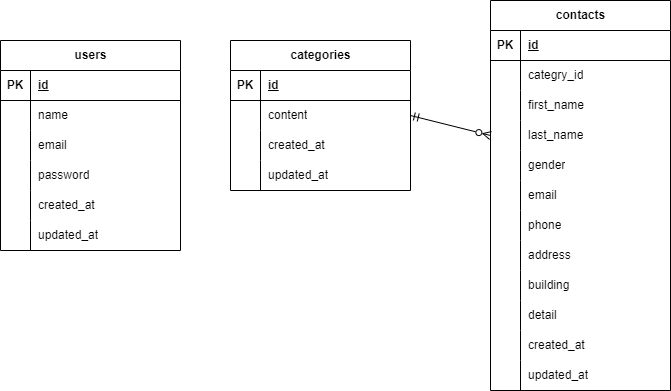
Before: er-diagram.png, a diagram exported from draw.io (hisashi-mamada/contact-form-test). Source tidied: cells renumbered, new cells last; positions are measured from the earlier drawing's top-left corner, leaving out a move shared by most shapes. The source it was exported from:
```xml
<mxGraphModel>
  <root>
    <mxCell id="0" />
    <mxCell id="1" parent="0" />
    <mxCell id="2" value="users" style="shape=table;startSize=30;rowLines=0;fontStyle=1;align=center;html=1;" parent="1" vertex="1">
      <mxGeometry y="40" width="180" height="210" as="geometry" />
    </mxCell>
    <mxCell id="3" style="shape=tableRow;horizontal=0;startSize=0;swimlaneHead=0;swimlaneBody=0;fillColor=none;top=0;left=0;right=0;bottom=1;" parent="2" vertex="1">
      <mxGeometry y="30" width="180" height="30" as="geometry" />
    </mxCell>
    <mxCell id="4" value="PK" style="shape=partialRectangle;fillColor=none;top=0;left=0;bottom=0;right=0;fontStyle=1;overflow=hidden;whiteSpace=wrap;html=1;" parent="3" vertex="1">
      <mxGeometry width="30" height="30" as="geometry" />
    </mxCell>
    <mxCell id="5" value="id" style="shape=partialRectangle;fillColor=none;top=0;left=0;bottom=0;right=0;align=left;spacingLeft=6;fontStyle=5;overflow=hidden;whiteSpace=wrap;html=1;" parent="3" vertex="1">
      <mxGeometry x="30" width="150" height="30" as="geometry" />
    </mxCell>
    <mxCell id="6" style="shape=tableRow;horizontal=0;startSize=0;swimlaneHead=0;swimlaneBody=0;fillColor=none;top=0;left=0;right=0;bottom=0;" parent="2" vertex="1">
      <mxGeometry y="60" width="180" height="30" as="geometry" />
    </mxCell>
    <mxCell id="7" style="shape=partialRectangle;fillColor=none;top=0;left=0;bottom=0;right=0;overflow=hidden;whiteSpace=wrap;html=1;" parent="6" vertex="1">
      <mxGeometry width="30" height="30" as="geometry" />
    </mxCell>
    <mxCell id="8" value="name" style="shape=partialRectangle;fillColor=none;top=0;left=0;bottom=0;right=0;align=left;spacingLeft=6;overflow=hidden;whiteSpace=wrap;html=1;" parent="6" vertex="1">
      <mxGeometry x="30" width="150" height="30" as="geometry" />
    </mxCell>
    <mxCell id="9" style="shape=tableRow;horizontal=0;startSize=0;swimlaneHead=0;swimlaneBody=0;fillColor=none;top=0;left=0;right=0;bottom=0;" parent="2" vertex="1">
      <mxGeometry y="90" width="180" height="30" as="geometry" />
    </mxCell>
    <mxCell id="10" style="shape=partialRectangle;fillColor=none;top=0;left=0;bottom=0;right=0;overflow=hidden;whiteSpace=wrap;html=1;" parent="9" vertex="1">
      <mxGeometry width="30" height="30" as="geometry" />
    </mxCell>
    <mxCell id="11" value="email" style="shape=partialRectangle;fillColor=none;top=0;left=0;bottom=0;right=0;align=left;spacingLeft=6;overflow=hidden;whiteSpace=wrap;html=1;" parent="9" vertex="1">
      <mxGeometry x="30" width="150" height="30" as="geometry" />
    </mxCell>
    <mxCell id="12" style="shape=tableRow;horizontal=0;startSize=0;swimlaneHead=0;swimlaneBody=0;fillColor=none;top=0;left=0;right=0;bottom=0;" parent="2" vertex="1">
      <mxGeometry y="120" width="180" height="30" as="geometry" />
    </mxCell>
    <mxCell id="13" style="shape=partialRectangle;fillColor=none;top=0;left=0;bottom=0;right=0;overflow=hidden;whiteSpace=wrap;html=1;" parent="12" vertex="1">
      <mxGeometry width="30" height="30" as="geometry" />
    </mxCell>
    <mxCell id="14" value="password" style="shape=partialRectangle;fillColor=none;top=0;left=0;bottom=0;right=0;align=left;spacingLeft=6;overflow=hidden;whiteSpace=wrap;html=1;" parent="12" vertex="1">
      <mxGeometry x="30" width="150" height="30" as="geometry" />
    </mxCell>
    <mxCell id="15" style="shape=tableRow;horizontal=0;startSize=0;swimlaneHead=0;swimlaneBody=0;fillColor=none;top=0;left=0;right=0;bottom=0;" parent="2" vertex="1">
      <mxGeometry y="150" width="180" height="30" as="geometry" />
    </mxCell>
    <mxCell id="16" style="shape=partialRectangle;fillColor=none;top=0;left=0;bottom=0;right=0;overflow=hidden;whiteSpace=wrap;html=1;" parent="15" vertex="1">
      <mxGeometry width="30" height="30" as="geometry" />
    </mxCell>
    <mxCell id="17" value="created_at" style="shape=partialRectangle;fillColor=none;top=0;left=0;bottom=0;right=0;align=left;spacingLeft=6;overflow=hidden;whiteSpace=wrap;html=1;" parent="15" vertex="1">
      <mxGeometry x="30" width="150" height="30" as="geometry" />
    </mxCell>
    <mxCell id="18" style="shape=tableRow;horizontal=0;startSize=0;swimlaneHead=0;swimlaneBody=0;fillColor=none;top=0;left=0;right=0;bottom=0;" parent="2" vertex="1">
      <mxGeometry y="180" width="180" height="30" as="geometry" />
    </mxCell>
    <mxCell id="19" style="shape=partialRectangle;fillColor=none;top=0;left=0;bottom=0;right=0;overflow=hidden;whiteSpace=wrap;html=1;" parent="18" vertex="1">
      <mxGeometry width="30" height="30" as="geometry" />
    </mxCell>
    <mxCell id="20" value="updated_at" style="shape=partialRectangle;fillColor=none;top=0;left=0;bottom=0;right=0;align=left;spacingLeft=6;overflow=hidden;whiteSpace=wrap;html=1;" parent="18" vertex="1">
      <mxGeometry x="30" width="150" height="30" as="geometry" />
    </mxCell>
    <mxCell id="21" value="categories" style="shape=table;startSize=30;rowLines=0;fontStyle=1;align=center;html=1;" parent="1" vertex="1">
      <mxGeometry x="230" y="40" width="180" height="150" as="geometry" />
    </mxCell>
    <mxCell id="22" style="shape=tableRow;horizontal=0;startSize=0;swimlaneHead=0;swimlaneBody=0;fillColor=none;top=0;left=0;right=0;bottom=1;" parent="21" vertex="1">
      <mxGeometry y="30" width="180" height="30" as="geometry" />
    </mxCell>
    <mxCell id="23" value="PK" style="shape=partialRectangle;fillColor=none;top=0;left=0;bottom=0;right=0;fontStyle=1;overflow=hidden;whiteSpace=wrap;html=1;" parent="22" vertex="1">
      <mxGeometry width="30" height="30" as="geometry" />
    </mxCell>
    <mxCell id="24" value="id" style="shape=partialRectangle;fillColor=none;top=0;left=0;bottom=0;right=0;align=left;spacingLeft=6;fontStyle=5;overflow=hidden;whiteSpace=wrap;html=1;" parent="22" vertex="1">
      <mxGeometry x="30" width="150" height="30" as="geometry" />
    </mxCell>
    <mxCell id="25" style="shape=tableRow;horizontal=0;startSize=0;swimlaneHead=0;swimlaneBody=0;fillColor=none;top=0;left=0;right=0;bottom=0;" parent="21" vertex="1">
      <mxGeometry y="60" width="180" height="30" as="geometry" />
    </mxCell>
    <mxCell id="26" style="shape=partialRectangle;fillColor=none;top=0;left=0;bottom=0;right=0;overflow=hidden;whiteSpace=wrap;html=1;" parent="25" vertex="1">
      <mxGeometry width="30" height="30" as="geometry" />
    </mxCell>
    <mxCell id="27" value="content" style="shape=partialRectangle;fillColor=none;top=0;left=0;bottom=0;right=0;align=left;spacingLeft=6;overflow=hidden;whiteSpace=wrap;html=1;" parent="25" vertex="1">
      <mxGeometry x="30" width="150" height="30" as="geometry" />
    </mxCell>
    <mxCell id="28" style="shape=tableRow;horizontal=0;startSize=0;swimlaneHead=0;swimlaneBody=0;fillColor=none;top=0;left=0;right=0;bottom=0;" parent="21" vertex="1">
      <mxGeometry y="90" width="180" height="30" as="geometry" />
    </mxCell>
    <mxCell id="29" style="shape=partialRectangle;fillColor=none;top=0;left=0;bottom=0;right=0;overflow=hidden;whiteSpace=wrap;html=1;" parent="28" vertex="1">
      <mxGeometry width="30" height="30" as="geometry" />
    </mxCell>
    <mxCell id="30" value="created_at" style="shape=partialRectangle;fillColor=none;top=0;left=0;bottom=0;right=0;align=left;spacingLeft=6;overflow=hidden;whiteSpace=wrap;html=1;" parent="28" vertex="1">
      <mxGeometry x="30" width="150" height="30" as="geometry" />
    </mxCell>
    <mxCell id="31" style="shape=tableRow;horizontal=0;startSize=0;swimlaneHead=0;swimlaneBody=0;fillColor=none;top=0;left=0;right=0;bottom=0;" parent="21" vertex="1">
      <mxGeometry y="120" width="180" height="30" as="geometry" />
    </mxCell>
    <mxCell id="32" style="shape=partialRectangle;fillColor=none;top=0;left=0;bottom=0;right=0;overflow=hidden;whiteSpace=wrap;html=1;" parent="31" vertex="1">
      <mxGeometry width="30" height="30" as="geometry" />
    </mxCell>
    <mxCell id="33" value="updated_at" style="shape=partialRectangle;fillColor=none;top=0;left=0;bottom=0;right=0;align=left;spacingLeft=6;overflow=hidden;whiteSpace=wrap;html=1;" parent="31" vertex="1">
      <mxGeometry x="30" width="150" height="30" as="geometry" />
    </mxCell>
    <mxCell id="34" value="contacts" style="shape=table;startSize=30;rowLines=0;fontStyle=1;align=center;html=1;" parent="1" vertex="1">
      <mxGeometry x="490" width="180" height="390" as="geometry" />
    </mxCell>
    <mxCell id="35" style="shape=tableRow;horizontal=0;startSize=0;swimlaneHead=0;swimlaneBody=0;fillColor=none;top=0;left=0;right=0;bottom=1;" parent="34" vertex="1">
      <mxGeometry y="30" width="180" height="30" as="geometry" />
    </mxCell>
    <mxCell id="36" value="PK" style="shape=partialRectangle;fillColor=none;top=0;left=0;bottom=0;right=0;fontStyle=1;overflow=hidden;whiteSpace=wrap;html=1;" parent="35" vertex="1">
      <mxGeometry width="30" height="30" as="geometry" />
    </mxCell>
    <mxCell id="37" value="id" style="shape=partialRectangle;fillColor=none;top=0;left=0;bottom=0;right=0;align=left;spacingLeft=6;fontStyle=5;overflow=hidden;whiteSpace=wrap;html=1;" parent="35" vertex="1">
      <mxGeometry x="30" width="150" height="30" as="geometry" />
    </mxCell>
    <mxCell id="38" style="shape=tableRow;horizontal=0;startSize=0;swimlaneHead=0;swimlaneBody=0;fillColor=none;top=0;left=0;right=0;bottom=0;" parent="34" vertex="1">
      <mxGeometry y="60" width="180" height="30" as="geometry" />
    </mxCell>
    <mxCell id="39" style="shape=partialRectangle;fillColor=none;top=0;left=0;bottom=0;right=0;overflow=hidden;whiteSpace=wrap;html=1;" parent="38" vertex="1">
      <mxGeometry width="30" height="30" as="geometry" />
    </mxCell>
    <mxCell id="40" value="categry_id" style="shape=partialRectangle;fillColor=none;top=0;left=0;bottom=0;right=0;align=left;spacingLeft=6;overflow=hidden;whiteSpace=wrap;html=1;" parent="38" vertex="1">
      <mxGeometry x="30" width="150" height="30" as="geometry" />
    </mxCell>
    <mxCell id="41" style="shape=tableRow;horizontal=0;startSize=0;swimlaneHead=0;swimlaneBody=0;fillColor=none;top=0;left=0;right=0;bottom=0;" parent="34" vertex="1">
      <mxGeometry y="90" width="180" height="30" as="geometry" />
    </mxCell>
    <mxCell id="42" style="shape=partialRectangle;fillColor=none;top=0;left=0;bottom=0;right=0;overflow=hidden;whiteSpace=wrap;html=1;" parent="41" vertex="1">
      <mxGeometry width="30" height="30" as="geometry" />
    </mxCell>
    <mxCell id="43" value="first_name" style="shape=partialRectangle;fillColor=none;top=0;left=0;bottom=0;right=0;align=left;spacingLeft=6;overflow=hidden;whiteSpace=wrap;html=1;" parent="41" vertex="1">
      <mxGeometry x="30" width="150" height="30" as="geometry" />
    </mxCell>
    <mxCell id="44" style="shape=tableRow;horizontal=0;startSize=0;swimlaneHead=0;swimlaneBody=0;fillColor=none;points=[[0,0.5],[1,0.5]];portConstraint=eastwest;top=0;left=0;right=0;bottom=0;" parent="34" vertex="1">
      <mxGeometry y="120" width="180" height="30" as="geometry" />
    </mxCell>
    <mxCell id="45" style="shape=partialRectangle;fillColor=none;top=0;left=0;bottom=0;right=0;overflow=hidden;whiteSpace=wrap;html=1;" parent="44" vertex="1">
      <mxGeometry width="30" height="30" as="geometry" />
    </mxCell>
    <mxCell id="46" value="last_name" style="shape=partialRectangle;fillColor=none;top=0;left=0;bottom=0;right=0;align=left;spacingLeft=6;overflow=hidden;whiteSpace=wrap;html=1;" parent="44" vertex="1">
      <mxGeometry x="30" width="150" height="30" as="geometry" />
    </mxCell>
    <mxCell id="47" style="shape=tableRow;horizontal=0;startSize=0;swimlaneHead=0;swimlaneBody=0;fillColor=none;top=0;left=0;right=0;bottom=0;" parent="34" vertex="1">
      <mxGeometry y="150" width="180" height="30" as="geometry" />
    </mxCell>
    <mxCell id="48" style="shape=partialRectangle;fillColor=none;top=0;left=0;bottom=0;right=0;overflow=hidden;whiteSpace=wrap;html=1;" parent="47" vertex="1">
      <mxGeometry width="30" height="30" as="geometry" />
    </mxCell>
    <mxCell id="49" value="gender" style="shape=partialRectangle;fillColor=none;top=0;left=0;bottom=0;right=0;align=left;spacingLeft=6;overflow=hidden;whiteSpace=wrap;html=1;" parent="47" vertex="1">
      <mxGeometry x="30" width="150" height="30" as="geometry" />
    </mxCell>
    <mxCell id="50" style="shape=tableRow;horizontal=0;startSize=0;swimlaneHead=0;swimlaneBody=0;fillColor=none;top=0;left=0;right=0;bottom=0;" parent="34" vertex="1">
      <mxGeometry y="180" width="180" height="30" as="geometry" />
    </mxCell>
    <mxCell id="51" style="shape=partialRectangle;fillColor=none;top=0;left=0;bottom=0;right=0;overflow=hidden;whiteSpace=wrap;html=1;" parent="50" vertex="1">
      <mxGeometry width="30" height="30" as="geometry" />
    </mxCell>
    <mxCell id="52" value="email" style="shape=partialRectangle;fillColor=none;top=0;left=0;bottom=0;right=0;align=left;spacingLeft=6;overflow=hidden;whiteSpace=wrap;html=1;" parent="50" vertex="1">
      <mxGeometry x="30" width="150" height="30" as="geometry" />
    </mxCell>
    <mxCell id="53" style="shape=tableRow;horizontal=0;startSize=0;swimlaneHead=0;swimlaneBody=0;fillColor=none;points=[[0,0.5],[1,0.5]];portConstraint=eastwest;top=0;left=0;right=0;bottom=0;" parent="34" vertex="1">
      <mxGeometry y="210" width="180" height="30" as="geometry" />
    </mxCell>
    <mxCell id="54" style="shape=partialRectangle;fillColor=none;top=0;left=0;bottom=0;right=0;overflow=hidden;whiteSpace=wrap;html=1;" parent="53" vertex="1">
      <mxGeometry width="30" height="30" as="geometry" />
    </mxCell>
    <mxCell id="55" value="phone" style="shape=partialRectangle;fillColor=none;top=0;left=0;bottom=0;right=0;align=left;spacingLeft=6;overflow=hidden;whiteSpace=wrap;html=1;" parent="53" vertex="1">
      <mxGeometry x="30" width="150" height="30" as="geometry" />
    </mxCell>
    <mxCell id="56" style="shape=tableRow;horizontal=0;startSize=0;swimlaneHead=0;swimlaneBody=0;fillColor=none;top=0;left=0;right=0;bottom=0;" parent="34" vertex="1">
      <mxGeometry y="240" width="180" height="30" as="geometry" />
    </mxCell>
    <mxCell id="57" style="shape=partialRectangle;fillColor=none;top=0;left=0;bottom=0;right=0;overflow=hidden;whiteSpace=wrap;html=1;" parent="56" vertex="1">
      <mxGeometry width="30" height="30" as="geometry" />
    </mxCell>
    <mxCell id="58" value="address" style="shape=partialRectangle;fillColor=none;top=0;left=0;bottom=0;right=0;align=left;spacingLeft=6;overflow=hidden;whiteSpace=wrap;html=1;" parent="56" vertex="1">
      <mxGeometry x="30" width="150" height="30" as="geometry" />
    </mxCell>
    <mxCell id="59" style="shape=tableRow;horizontal=0;startSize=0;swimlaneHead=0;swimlaneBody=0;fillColor=none;top=0;left=0;right=0;bottom=0;" parent="34" vertex="1">
      <mxGeometry y="270" width="180" height="30" as="geometry" />
    </mxCell>
    <mxCell id="60" style="shape=partialRectangle;fillColor=none;top=0;left=0;bottom=0;right=0;overflow=hidden;whiteSpace=wrap;html=1;" parent="59" vertex="1">
      <mxGeometry width="30" height="30" as="geometry" />
    </mxCell>
    <mxCell id="61" value="building" style="shape=partialRectangle;fillColor=none;top=0;left=0;bottom=0;right=0;align=left;spacingLeft=6;overflow=hidden;whiteSpace=wrap;html=1;" parent="59" vertex="1">
      <mxGeometry x="30" width="150" height="30" as="geometry" />
    </mxCell>
    <mxCell id="62" style="shape=tableRow;horizontal=0;startSize=0;swimlaneHead=0;swimlaneBody=0;fillColor=none;top=0;left=0;right=0;bottom=0;" parent="34" vertex="1">
      <mxGeometry y="300" width="180" height="30" as="geometry" />
    </mxCell>
    <mxCell id="63" style="shape=partialRectangle;fillColor=none;top=0;left=0;bottom=0;right=0;overflow=hidden;whiteSpace=wrap;html=1;" parent="62" vertex="1">
      <mxGeometry width="30" height="30" as="geometry" />
    </mxCell>
    <mxCell id="64" value="detail" style="shape=partialRectangle;fillColor=none;top=0;left=0;bottom=0;right=0;align=left;spacingLeft=6;overflow=hidden;whiteSpace=wrap;html=1;" parent="62" vertex="1">
      <mxGeometry x="30" width="150" height="30" as="geometry" />
    </mxCell>
    <mxCell id="65" style="shape=tableRow;horizontal=0;startSize=0;swimlaneHead=0;swimlaneBody=0;fillColor=none;top=0;left=0;right=0;bottom=0;" parent="34" vertex="1">
      <mxGeometry y="330" width="180" height="30" as="geometry" />
    </mxCell>
    <mxCell id="66" style="shape=partialRectangle;fillColor=none;top=0;left=0;bottom=0;right=0;overflow=hidden;whiteSpace=wrap;html=1;" parent="65" vertex="1">
      <mxGeometry width="30" height="30" as="geometry" />
    </mxCell>
    <mxCell id="67" value="created_at" style="shape=partialRectangle;fillColor=none;top=0;left=0;bottom=0;right=0;align=left;spacingLeft=6;overflow=hidden;whiteSpace=wrap;html=1;" parent="65" vertex="1">
      <mxGeometry x="30" width="150" height="30" as="geometry" />
    </mxCell>
    <mxCell id="68" style="shape=tableRow;horizontal=0;startSize=0;swimlaneHead=0;swimlaneBody=0;fillColor=none;top=0;left=0;right=0;bottom=0;" parent="34" vertex="1">
      <mxGeometry y="360" width="180" height="30" as="geometry" />
    </mxCell>
    <mxCell id="69" style="shape=partialRectangle;fillColor=none;top=0;left=0;bottom=0;right=0;overflow=hidden;whiteSpace=wrap;html=1;" parent="68" vertex="1">
      <mxGeometry width="30" height="30" as="geometry" />
    </mxCell>
    <mxCell id="70" value="updated_at" style="shape=partialRectangle;fillColor=none;top=0;left=0;bottom=0;right=0;align=left;spacingLeft=6;overflow=hidden;whiteSpace=wrap;html=1;" parent="68" vertex="1">
      <mxGeometry x="30" width="150" height="30" as="geometry" />
    </mxCell>
    <mxCell id="71" style="edgeStyle=none;html=1;exitX=0;exitY=0.5;exitDx=0;exitDy=0;entryX=1;entryY=0.5;entryDx=0;entryDy=0;startArrow=ERzeroToMany;startFill=0;endArrow=ERmandOne;endFill=0;" parent="1" edge="1" source="44" target="21">
      <mxGeometry relative="1" as="geometry" />
    </mxCell>
  </root>
</mxGraphModel>
```
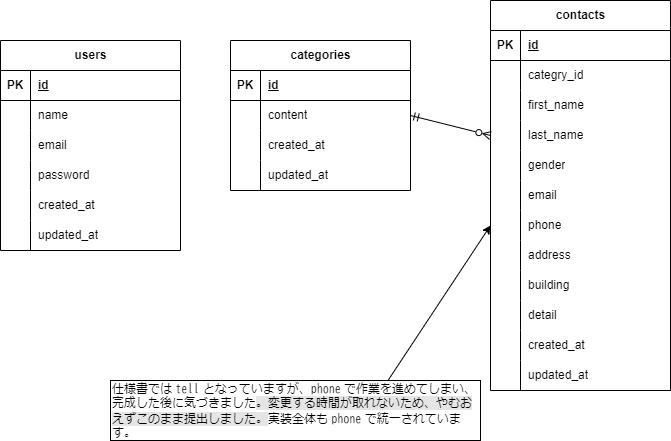
Later version of the same file.

What changed in the source:
```diff
@@ -212,5 +212,11 @@
     <mxCell id="71" style="edgeStyle=none;html=1;exitX=0;exitY=0.5;exitDx=0;exitDy=0;entryX=1;entryY=0.5;entryDx=0;entryDy=0;startArrow=ERzeroToMany;startFill=0;endArrow=ERmandOne;endFill=0;" parent="1" edge="1" source="44" target="21">
       <mxGeometry relative="1" as="geometry" />
     </mxCell>
+    <mxCell id="72" style="edgeStyle=none;html=1;exitX=0.75;exitY=0;exitDx=0;exitDy=0;entryX=0;entryY=0.5;entryDx=0;entryDy=0;" parent="1" edge="1" source="73" target="53">
+      <mxGeometry relative="1" as="geometry" />
+    </mxCell>
+    <mxCell id="73" value="仕様書では &lt;code&gt;tell&lt;/code&gt; となっていますが、&lt;code&gt;phone&lt;/code&gt;&amp;nbsp;で作業を進めてしまい、完成した後に気づきました&lt;span style=&quot;background-color: rgba(0, 0, 0, 0.1);&quot;&gt;。変更する時間が取れないため、やむおえずこのまま提出しました。&lt;/span&gt;実装全体も &lt;code&gt;phone&lt;/code&gt; で統一されています。" style="rounded=0;whiteSpace=wrap;html=1;align=left;" parent="1" vertex="1">
+      <mxGeometry x="110" y="380" width="370" height="60" as="geometry" />
+    </mxCell>
   </root>
 </mxGraphModel>
```
